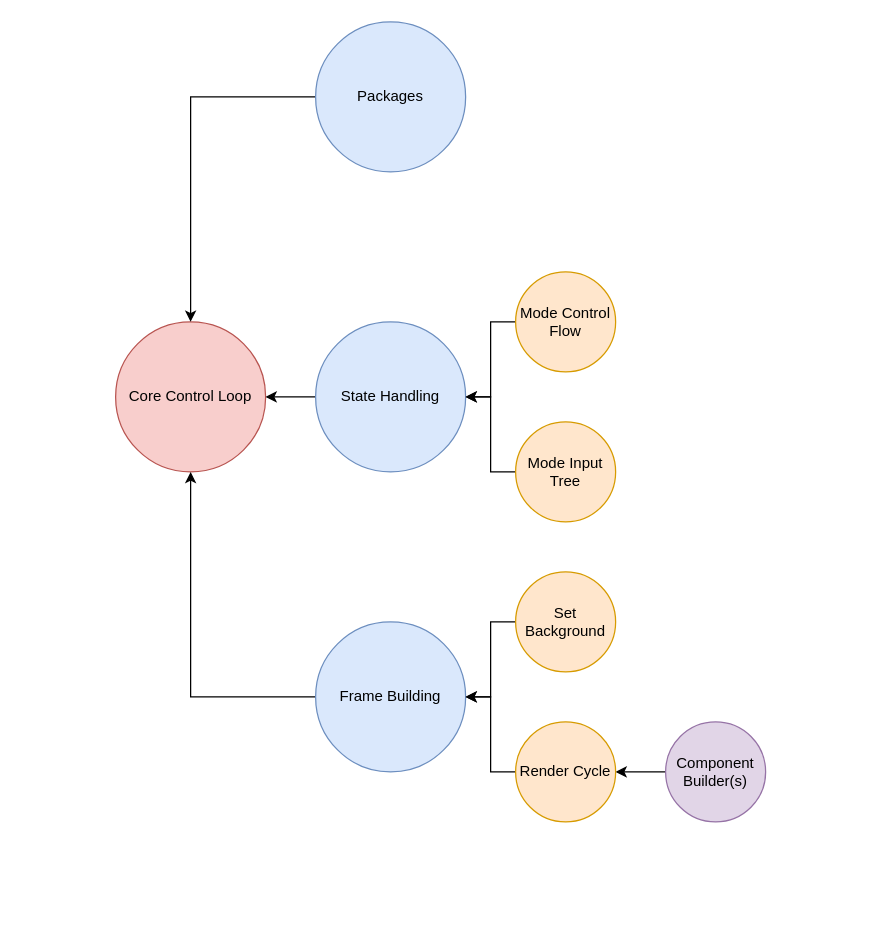
Robert-DeForrest-Reynolds/ExoPyle keeps this draw.io diagram as ExoFyle.drawio. Above is the earlier version. Source tidied: cells renumbered, new cells numbered last; positions are measured from the earlier drawing's top-left corner, leaving out a move shared by most shapes. Both pictures are drawn from the tidied source at 125%, with x=0, y=0 at pixel (115, 21).
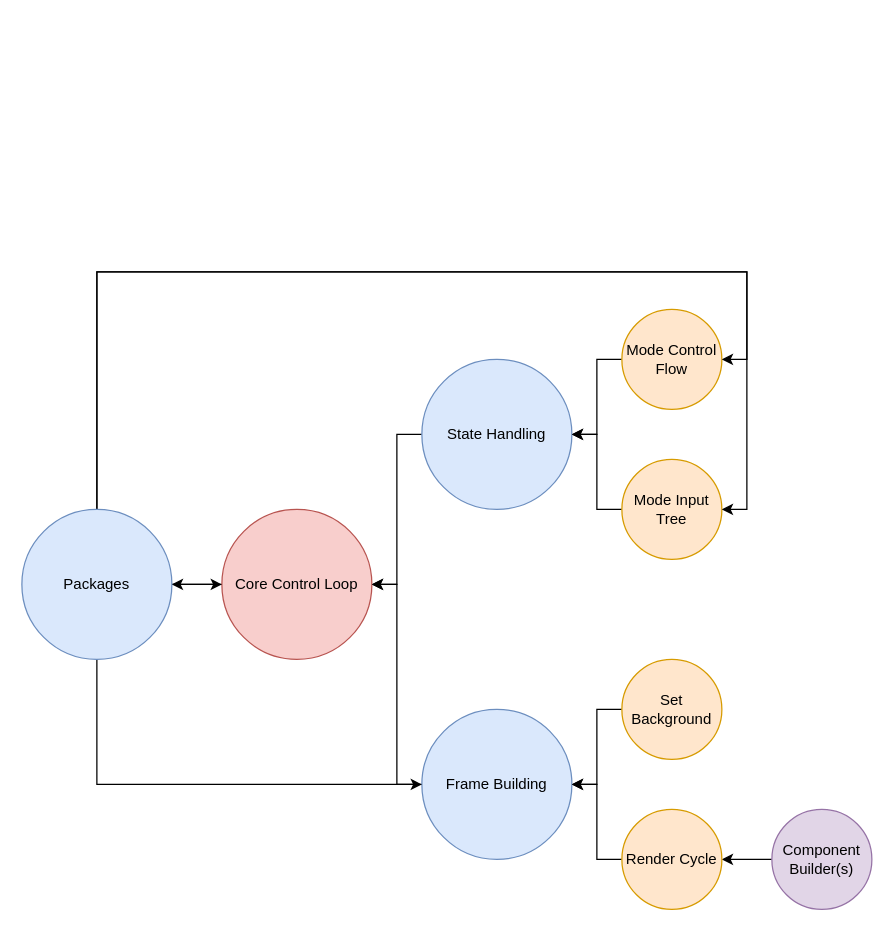
The same diagram, later.

The edit, as a diff of the source:
```diff
@@
+    <mxCell id="19" style="edgeStyle=orthogonalEdgeStyle;rounded=0;jettySize=auto;html=1;exitX=0;exitY=0.5;exitDx=0;exitDy=0;entryX=1;entryY=0.5;entryDx=0;entryDy=0;" parent="1" edge="1" source="2" target="6">
+      <mxGeometry relative="1" as="geometry" />
+    </mxCell>
     <mxCell id="2" value="Core Control Loop" style="ellipse;whiteSpace=wrap;html=1;fillColor=#f8cecc;strokeColor=#b85450;" parent="1" vertex="1">
-      <mxGeometry y="240" width="120" height="120" as="geometry" />
+      <mxGeometry x="85" y="390" width="120" height="120" as="geometry" />
     </mxCell>
-    <mxCell id="3" style="edgeStyle=orthogonalEdgeStyle;rounded=0;jettySize=auto;html=1;exitX=0;exitY=0.5;exitDx=0;exitDy=0;entryX=0.5;entryY=1;entryDx=0;entryDy=0;" parent="1" edge="1" source="4" target="2">
+    <mxCell id="3" style="edgeStyle=orthogonalEdgeStyle;rounded=0;jettySize=auto;html=1;exitX=0;exitY=0.5;exitDx=0;exitDy=0;entryX=1;entryY=0.5;entryDx=0;entryDy=0;" parent="1" edge="1" source="4" target="2">
       <mxGeometry relative="1" as="geometry" />
     </mxCell>
     <mxCell id="4" value="Frame Building" style="ellipse;whiteSpace=wrap;html=1;fillColor=#dae8fc;strokeColor=#6c8ebf;" parent="1" vertex="1">
-      <mxGeometry x="160" y="480" width="120" height="120" as="geometry" />
+      <mxGeometry x="245" y="550" width="120" height="120" as="geometry" />
     </mxCell>
-    <mxCell id="5" style="edgeStyle=orthogonalEdgeStyle;rounded=0;jettySize=auto;html=1;exitX=0;exitY=0.5;exitDx=0;exitDy=0;entryX=0.5;entryY=0;entryDx=0;entryDy=0;" parent="1" edge="1" source="6" target="2">
-      <mxGeometry relative="1" as="geometry" />
-    </mxCell>
-    <mxCell id="6" value="Packages" style="ellipse;whiteSpace=wrap;html=1;fillColor=#dae8fc;strokeColor=#6c8ebf;" parent="1" vertex="1">
-      <mxGeometry x="160" width="120" height="120" as="geometry" />
-    </mxCell>
@@
     <mxCell id="8" value="State Handling" style="ellipse;whiteSpace=wrap;html=1;fillColor=#dae8fc;strokeColor=#6c8ebf;" parent="1" vertex="1">
-      <mxGeometry x="160" y="240" width="120" height="120" as="geometry" />
+      <mxGeometry x="245" y="270" width="120" height="120" as="geometry" />
     </mxCell>
@@
     <mxCell id="10" value="Mode Control Flow" style="ellipse;whiteSpace=wrap;html=1;fillColor=#ffe6cc;strokeColor=#d79b00;" parent="1" vertex="1">
-      <mxGeometry x="320" y="200" width="80" height="80" as="geometry" />
+      <mxGeometry x="405" y="230" width="80" height="80" as="geometry" />
     </mxCell>
@@
     <mxCell id="12" value="Mode Input Tree" style="ellipse;whiteSpace=wrap;html=1;fillColor=#ffe6cc;strokeColor=#d79b00;" parent="1" vertex="1">
-      <mxGeometry x="320" y="320" width="80" height="80" as="geometry" />
+      <mxGeometry x="405" y="350" width="80" height="80" as="geometry" />
     </mxCell>
@@
     <mxCell id="14" value="Component Builder(s)" style="ellipse;whiteSpace=wrap;html=1;fillColor=#e1d5e7;strokeColor=#9673a6;" parent="1" vertex="1">
-      <mxGeometry x="440" y="560" width="80" height="80" as="geometry" />
+      <mxGeometry x="525" y="630" width="80" height="80" as="geometry" />
     </mxCell>
@@
     <mxCell id="16" value="&lt;div&gt;Set&lt;/div&gt;Background" style="ellipse;whiteSpace=wrap;html=1;fillColor=#ffe6cc;strokeColor=#d79b00;" parent="1" vertex="1">
-      <mxGeometry x="320" y="440" width="80" height="80" as="geometry" />
+      <mxGeometry x="405" y="510" width="80" height="80" as="geometry" />
     </mxCell>
@@
     <mxCell id="18" value="Render Cycle" style="ellipse;whiteSpace=wrap;html=1;fillColor=#ffe6cc;strokeColor=#d79b00;" parent="1" vertex="1">
-      <mxGeometry x="320" y="560" width="80" height="80" as="geometry" />
+      <mxGeometry x="405" y="630" width="80" height="80" as="geometry" />
     </mxCell>
+    <mxCell id="20" style="edgeStyle=orthogonalEdgeStyle;rounded=0;jettySize=auto;html=1;exitX=0.5;exitY=1;exitDx=0;exitDy=0;entryX=0;entryY=0.5;entryDx=0;entryDy=0;" parent="1" edge="1" source="6" target="4">
+      <mxGeometry relative="1" as="geometry" />
+    </mxCell>
+    <mxCell id="21" style="edgeStyle=orthogonalEdgeStyle;rounded=0;jettySize=auto;html=1;exitX=0.5;exitY=0;exitDx=0;exitDy=0;entryX=1;entryY=0.5;entryDx=0;entryDy=0;" parent="1" edge="1" source="6" target="10">
+      <mxGeometry relative="1" as="geometry">
+        <Array as="points">
+          <mxPoint x="-15" y="200" />
+          <mxPoint x="505" y="200" />
+          <mxPoint x="505" y="270" />
+        </Array>
+      </mxGeometry>
+    </mxCell>
+    <mxCell id="22" style="edgeStyle=orthogonalEdgeStyle;rounded=0;jettySize=auto;html=1;exitX=0.5;exitY=0;exitDx=0;exitDy=0;entryX=1;entryY=0.5;entryDx=0;entryDy=0;" parent="1" edge="1" source="6" target="12">
+      <mxGeometry relative="1" as="geometry">
+        <Array as="points">
+          <mxPoint x="-15" y="200" />
+          <mxPoint x="505" y="200" />
+          <mxPoint x="505" y="390" />
+        </Array>
+      </mxGeometry>
+    </mxCell>
+    <mxCell id="5" style="edgeStyle=orthogonalEdgeStyle;rounded=0;jettySize=auto;html=1;exitX=1;exitY=0.5;exitDx=0;exitDy=0;entryX=0;entryY=0.5;entryDx=0;entryDy=0;" parent="1" edge="1" source="6" target="2">
+      <mxGeometry relative="1" as="geometry" />
+    </mxCell>
+    <mxCell id="6" value="Packages" style="ellipse;whiteSpace=wrap;html=1;fillColor=#dae8fc;strokeColor=#6c8ebf;" parent="1" vertex="1">
+      <mxGeometry x="-75" y="390" width="120" height="120" as="geometry" />
+    </mxCell>
```
